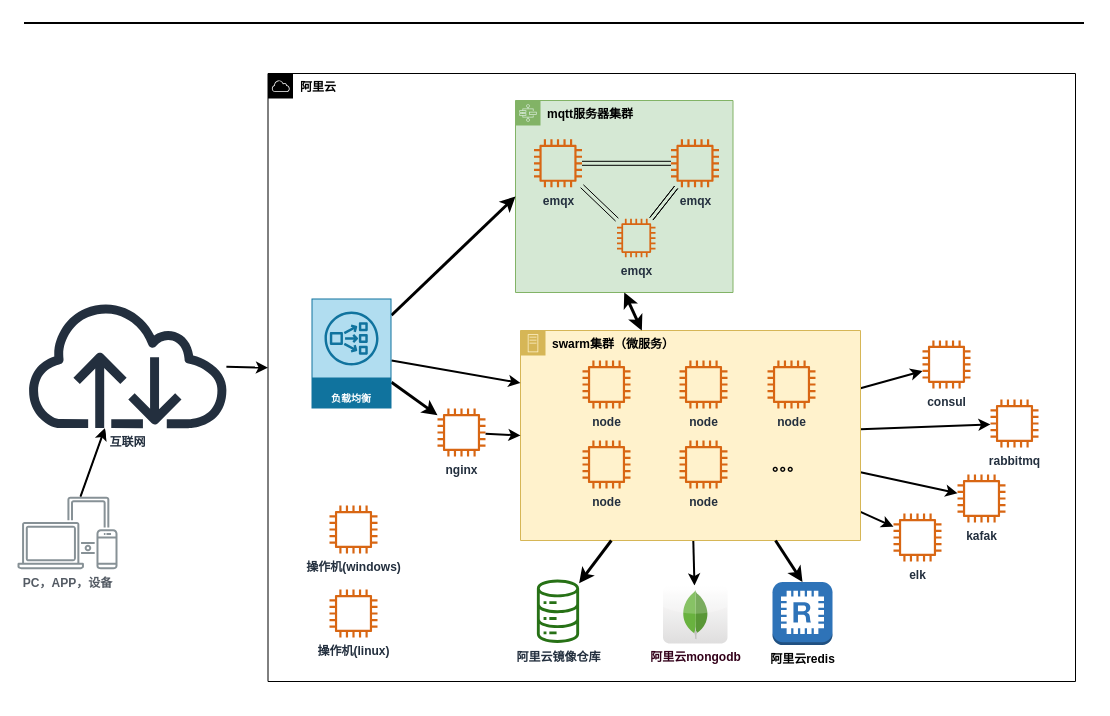
Before: cloud.drawio in jimmy0/chart, a draw.io diagram. Source tidied: cells renumbered, new cells numbered last; positions are measured from the earlier drawing's top-left corner, leaving out a move shared by most shapes. Both pictures are drawn from the tidied source at 100%, with x=0, y=0 at pixel (17, 18).
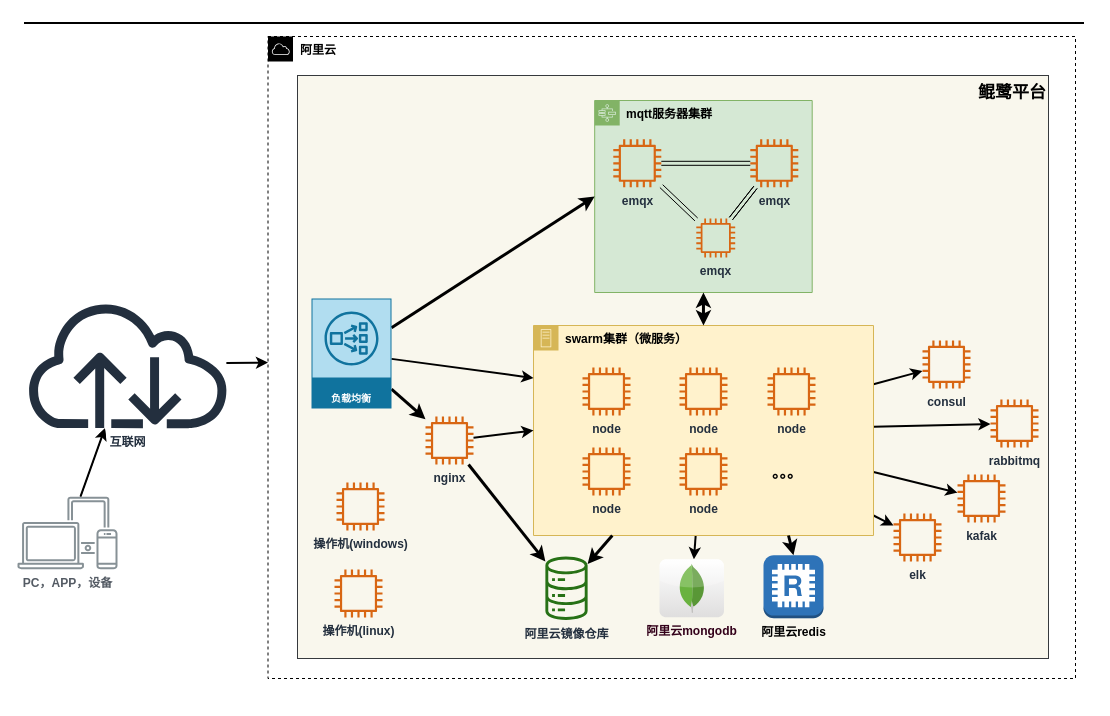
The same diagram, later.

Diff of the diagram source:
```diff
@@
-    <mxCell id="2" value="阿里云" style="points=[[0,0],[0.25,0],[0.5,0],[0.75,0],[1,0],[1,0.25],[1,0.5],[1,0.75],[1,1],[0.75,1],[0.5,1],[0.25,1],[0,1],[0,0.75],[0,0.5],[0,0.25]];outlineConnect=0;html=1;whiteSpace=wrap;fontSize=12;fontStyle=1;shape=mxgraph.aws4.group;grIcon=mxgraph.aws4.group_aws_cloud;verticalAlign=top;align=left;spacingLeft=30;dashed=0;" parent="1" vertex="1">
-      <mxGeometry x="250.5" y="55" width="807.5" height="608" as="geometry" />
+    <mxCell id="2" value="阿里云" style="points=[[0,0],[0.25,0],[0.5,0],[0.75,0],[1,0],[1,0.25],[1,0.5],[1,0.75],[1,1],[0.75,1],[0.5,1],[0.25,1],[0,1],[0,0.75],[0,0.5],[0,0.25]];outlineConnect=0;html=1;whiteSpace=wrap;fontSize=12;fontStyle=1;shape=mxgraph.aws4.group;grIcon=mxgraph.aws4.group_aws_cloud;verticalAlign=top;align=left;spacingLeft=30;dashed=1;" parent="1" vertex="1">
+      <mxGeometry x="250.5" y="18" width="807.5" height="642" as="geometry" />
     </mxCell>
+    <mxCell id="48" value="鲲鹭平台" style="verticalAlign=top;fontStyle=1;fillColor=#f9f7ed;fontSize=17;strokeColor=#36393d;align=right;gradientDirection=east;" parent="1" vertex="1">
+      <mxGeometry x="280" y="57" width="751" height="583" as="geometry" />
+    </mxCell>
     <mxCell id="3" value="mqtt服务器集群" style="points=[[0,0],[0.25,0],[0.5,0],[0.75,0],[1,0],[1,0.25],[1,0.5],[1,0.75],[1,1],[0.75,1],[0.5,1],[0.25,1],[0,1],[0,0.75],[0,0.5],[0,0.25]];outlineConnect=0;html=1;whiteSpace=wrap;fontSize=12;fontStyle=1;shape=mxgraph.aws4.group;grIcon=mxgraph.aws4.group_aws_step_functions_workflow;strokeColor=#82b366;fillColor=#d5e8d4;verticalAlign=top;align=left;spacingLeft=30;dashed=0;" parent="1" vertex="1">
-      <mxGeometry x="498" y="82" width="217.5" height="192" as="geometry" />
+      <mxGeometry x="577.2" y="82" width="217.5" height="192" as="geometry" />
     </mxCell>
@@
     <mxCell id="9" value="swarm集群（微服务）" style="points=[[0,0],[0.25,0],[0.5,0],[0.75,0],[1,0],[1,0.25],[1,0.5],[1,0.75],[1,1],[0.75,1],[0.5,1],[0.25,1],[0,1],[0,0.75],[0,0.5],[0,0.25]];outlineConnect=0;html=1;whiteSpace=wrap;fontSize=12;fontStyle=1;shape=mxgraph.aws4.group;grIcon=mxgraph.aws4.group_on_premise;strokeColor=#d6b656;fillColor=#fff2cc;verticalAlign=top;align=left;spacingLeft=30;dashed=0;" parent="1" vertex="1">
-      <mxGeometry x="503" y="312" width="340" height="210" as="geometry" />
+      <mxGeometry x="516" y="307" width="340" height="210" as="geometry" />
     </mxCell>
@@
     <mxCell id="18" value="emqx" style="outlineConnect=0;fontColor=#232F3E;gradientColor=none;fillColor=#D86613;strokeColor=none;dashed=0;verticalLabelPosition=bottom;verticalAlign=top;align=center;html=1;fontSize=12;fontStyle=1;shape=mxgraph.aws4.instance2;" parent="1" vertex="1">
-      <mxGeometry x="516.5" y="120.8" width="48" height="48" as="geometry" />
+      <mxGeometry x="595.8" y="120.8" width="48" height="48" as="geometry" />
     </mxCell>
@@
     <mxCell id="20" value="emqx" style="outlineConnect=0;fontColor=#232F3E;gradientColor=none;fillColor=#D86613;strokeColor=none;dashed=0;verticalLabelPosition=bottom;verticalAlign=top;align=center;html=1;fontSize=12;fontStyle=1;shape=mxgraph.aws4.instance2;" parent="1" vertex="1">
-      <mxGeometry x="653.5" y="120.8" width="48" height="48" as="geometry" />
+      <mxGeometry x="732.8" y="120.8" width="48" height="48" as="geometry" />
     </mxCell>
@@
     <mxCell id="22" value="emqx" style="outlineConnect=0;fontColor=#232F3E;gradientColor=none;fillColor=#D86613;strokeColor=none;dashed=0;verticalLabelPosition=bottom;verticalAlign=top;align=center;html=1;fontSize=12;fontStyle=1;shape=mxgraph.aws4.instance2;direction=north;" parent="1" vertex="1">
-      <mxGeometry x="599.5" y="200.3" width="38.5" height="38.5" as="geometry" />
+      <mxGeometry x="678.8" y="200" width="38.9" height="38.9" as="geometry" />
     </mxCell>
@@
     <mxCell id="24" value="node" style="fontColor=#232F3E;gradientColor=none;fillColor=#D86613;strokeColor=none;dashed=0;verticalLabelPosition=bottom;verticalAlign=top;align=center;html=1;fontSize=12;fontStyle=1;shape=mxgraph.aws4.instance2;" parent="1" vertex="1">
-      <mxGeometry x="565" y="342" width="48" height="48" as="geometry" />
+      <mxGeometry x="565" y="349" width="48" height="48" as="geometry" />
     </mxCell>
     <mxCell id="25" value="node" style="fontColor=#232F3E;gradientColor=none;fillColor=#D86613;strokeColor=none;dashed=0;verticalLabelPosition=bottom;verticalAlign=top;align=center;html=1;fontSize=12;fontStyle=1;shape=mxgraph.aws4.instance2;" parent="1" vertex="1">
-      <mxGeometry x="662" y="342" width="48" height="48" as="geometry" />
+      <mxGeometry x="662" y="349" width="48" height="48" as="geometry" />
     </mxCell>
     <mxCell id="26" value="node" style="fontColor=#232F3E;gradientColor=none;fillColor=#D86613;strokeColor=none;dashed=0;verticalLabelPosition=bottom;verticalAlign=top;align=center;html=1;fontSize=12;fontStyle=1;shape=mxgraph.aws4.instance2;direction=north;" parent="1" vertex="1">
-      <mxGeometry x="565" y="422" width="48" height="48" as="geometry" />
+      <mxGeometry x="565" y="429" width="48" height="48" as="geometry" />
     </mxCell>
@@
     <mxCell id="28" value="node" style="fontColor=#232F3E;gradientColor=none;fillColor=#D86613;strokeColor=none;dashed=0;verticalLabelPosition=bottom;verticalAlign=top;align=center;html=1;fontSize=12;fontStyle=1;shape=mxgraph.aws4.instance2;" parent="1" vertex="1">
-      <mxGeometry x="662" y="422" width="48" height="48" as="geometry" />
+      <mxGeometry x="662" y="429" width="48" height="48" as="geometry" />
     </mxCell>
     <mxCell id="29" value="node" style="fontColor=#232F3E;gradientColor=none;fillColor=#D86613;strokeColor=none;dashed=0;verticalLabelPosition=bottom;verticalAlign=top;align=center;html=1;fontSize=12;fontStyle=1;shape=mxgraph.aws4.instance2;" parent="1" vertex="1">
-      <mxGeometry x="750" y="342" width="48" height="48" as="geometry" />
+      <mxGeometry x="750" y="349" width="48" height="48" as="geometry" />
     </mxCell>
     <mxCell id="30" value="。。。" style="text;html=1;strokeColor=none;fillColor=none;align=center;verticalAlign=middle;whiteSpace=wrap;rounded=0;fontStyle=1;fontSize=15;fontFamily=Tahoma;" parent="1" vertex="1">
-      <mxGeometry x="750" y="436" width="40" height="20" as="geometry" />
+      <mxGeometry x="750" y="443" width="40" height="20" as="geometry" />
     </mxCell>
@@
     <mxCell id="32" value="阿里云镜像仓库" style="outlineConnect=0;fontColor=#232F3E;gradientColor=none;fillColor=#277116;strokeColor=none;dashed=0;verticalLabelPosition=bottom;verticalAlign=top;align=center;html=1;fontSize=12;fontStyle=1;shape=mxgraph.aws4.iot_analytics_data_store;" parent="1" vertex="1">
-      <mxGeometry x="518.5" y="561" width="44" height="63.5" as="geometry" />
+      <mxGeometry x="527" y="538" width="44" height="63.5" as="geometry" />
     </mxCell>
@@
     <mxCell id="36" value="操作机(windows)" style="fontColor=#232F3E;gradientColor=none;fillColor=#D86613;strokeColor=none;dashed=0;verticalLabelPosition=bottom;verticalAlign=top;align=center;html=1;fontSize=12;fontStyle=1;shape=mxgraph.aws4.instance2;" parent="1" vertex="1">
-      <mxGeometry x="312" y="487" width="48" height="48" as="geometry" />
+      <mxGeometry x="319" y="464" width="48" height="48" as="geometry" />
     </mxCell>
     <mxCell id="37" value="操作机(linux)" style="fontColor=#232F3E;gradientColor=none;fillColor=#D86613;strokeColor=none;dashed=0;verticalLabelPosition=bottom;verticalAlign=top;align=center;html=1;fontSize=12;fontStyle=1;shape=mxgraph.aws4.instance2;" parent="1" vertex="1">
-      <mxGeometry x="312" y="571" width="48" height="48" as="geometry" />
+      <mxGeometry x="317" y="551" width="48" height="48" as="geometry" />
     </mxCell>
@@
     <mxCell id="44" value="nginx" style="outlineConnect=0;fontColor=#232F3E;gradientColor=none;fillColor=#D86613;strokeColor=none;dashed=0;verticalLabelPosition=bottom;verticalAlign=top;align=center;html=1;fontSize=12;fontStyle=1;shape=mxgraph.aws4.instance2;" parent="1" vertex="1">
-      <mxGeometry x="420" y="390" width="48" height="48" as="geometry" />
+      <mxGeometry x="408" y="398" width="48" height="48" as="geometry" />
     </mxCell>
     <mxCell id="45" value="&lt;font color=&quot;#000000&quot;&gt;阿里云redis&lt;/font&gt;" style="outlineConnect=0;dashed=0;verticalLabelPosition=bottom;verticalAlign=top;align=center;html=1;shape=mxgraph.aws3.redis;fillColor=#2E73B8;gradientColor=none;fontColor=#FFFFFF;fontStyle=1;" parent="1" vertex="1">
-      <mxGeometry x="755" y="563.5" width="60" height="63" as="geometry" />
+      <mxGeometry x="746" y="536.8" width="60" height="63" as="geometry" />
     </mxCell>
@@
     <mxCell id="47" value="阿里云mongodb" style="dashed=0;outlineConnect=0;html=1;align=center;labelPosition=center;verticalLabelPosition=bottom;verticalAlign=top;shape=mxgraph.webicons.mongodb;gradientColor=#DFDEDE;fontColor=#33001A;fontStyle=1;" parent="1" vertex="1">
-      <mxGeometry x="645.5" y="567" width="64.5" height="58" as="geometry" />
+      <mxGeometry x="642" y="540.8" width="64.5" height="58" as="geometry" />
     </mxCell>
+    <mxCell id="49" style="rounded=0;jettySize=auto;html=1;fontFamily=Tahoma;fontSize=15;fontStyle=1;strokeWidth=3;" parent="1" edge="1" source="44" target="32">
+      <mxGeometry relative="1" as="geometry" />
+    </mxCell>
```
